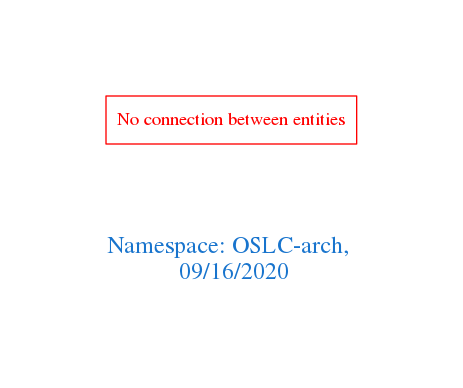
This is downloads/OSLC-arch.png from arago/OGIT, a Graphviz export, as it was before one commit. Its source is kept beside it as downloads/OSLC-arch.dot.
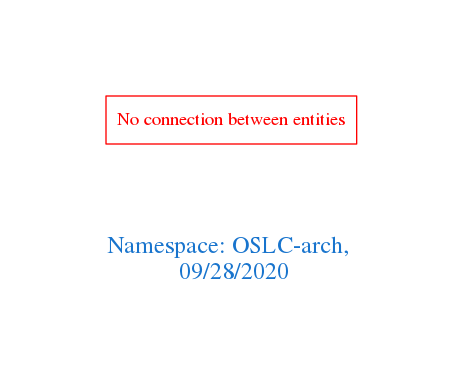
The same file after the commit.

Change to the diagram source:
```diff
@@ -1,7 +1,7 @@
 digraph OGIT_ontology {
  graph [ rankdir= LR,pad=1
 fontsize = 18,
-fontcolor= dodgerblue3,label = "\n\n\nNamespace: OSLC-arch, \n 09/16/2020"];
+fontcolor= dodgerblue3,label = "\n\n\nNamespace: OSLC-arch, \n 09/28/2020"];
 node[shape=polygon];
 edge [  color="gray81"];
 
```
